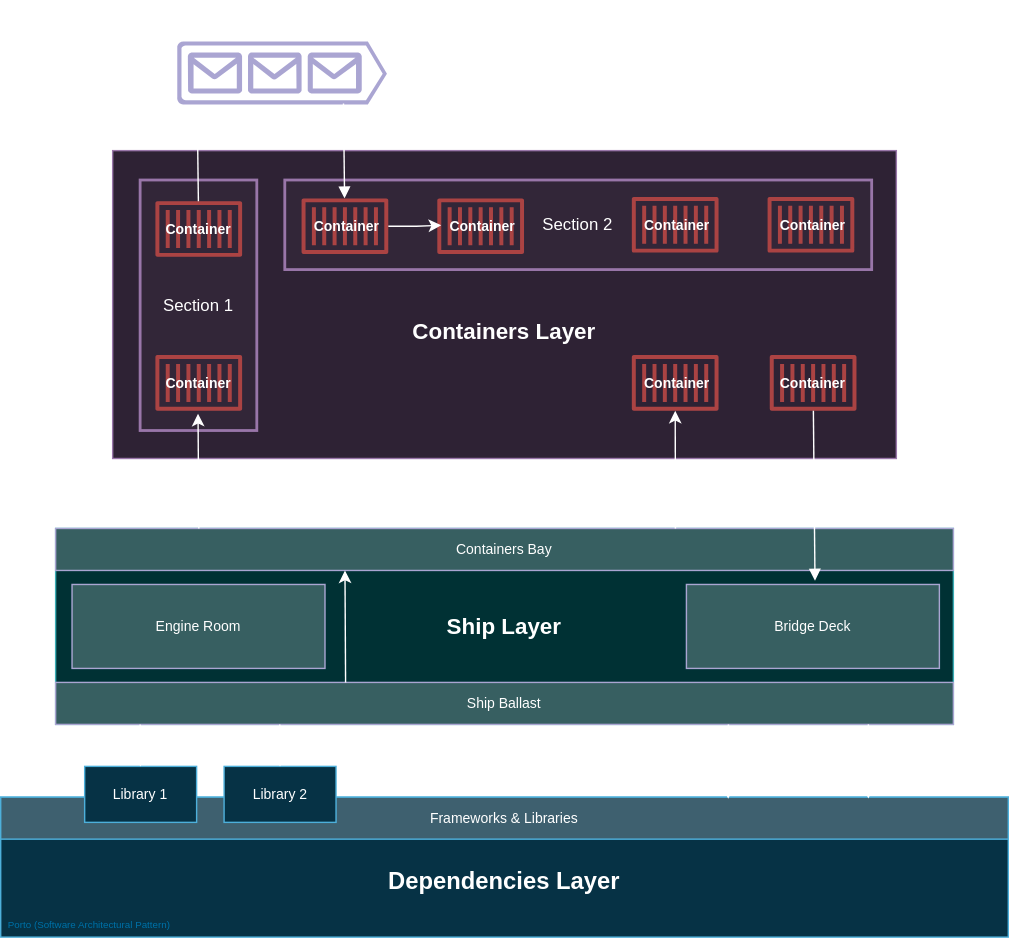
Mahmoudz/Porto keeps this draw.io diagram as img/diagrams/porto_layers.svg. Above is the earlier version. Source tidied: cells renumbered, new cells last; positions are measured from the earlier drawing's top-left corner, leaving out a move shared by most shapes.
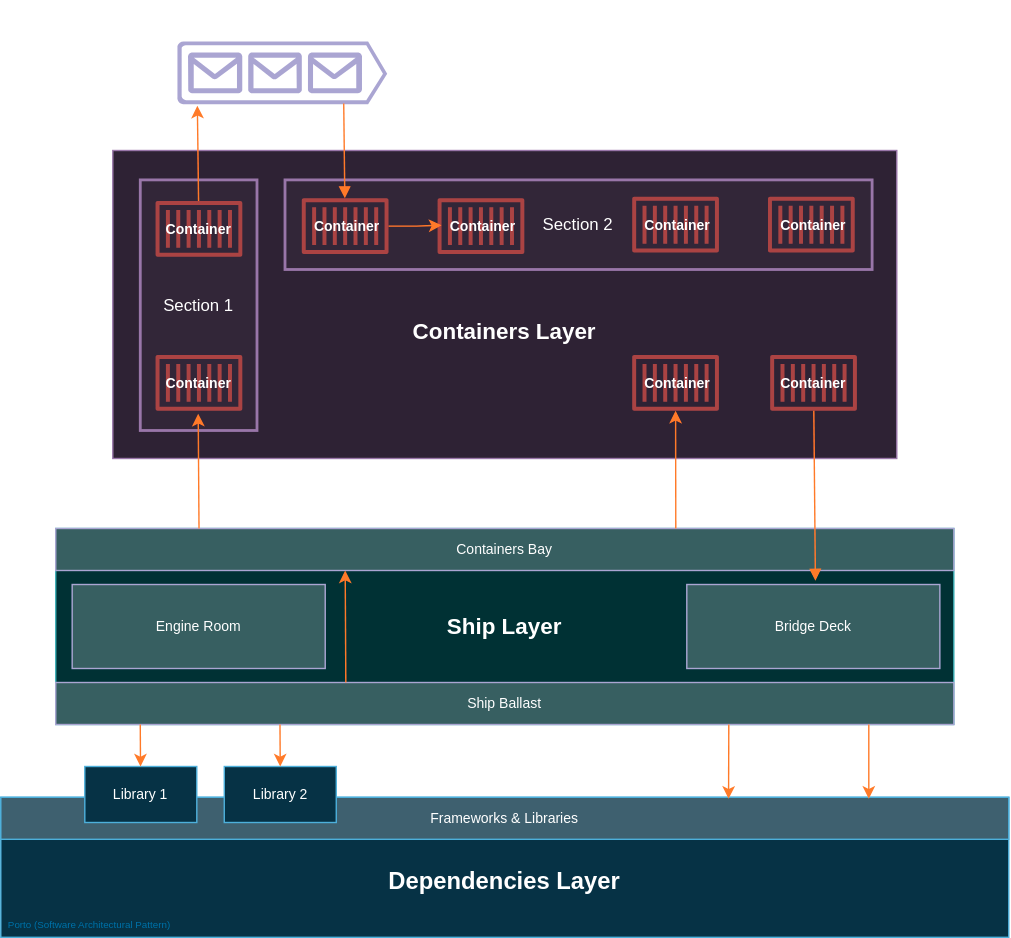
The same file after the commit.

Diff of the diagram source:
```diff
@@ -23,7 +23,7 @@
     <mxCell id="8" value="&lt;span style=&quot;&quot;&gt;&lt;font style=&quot;font-size: 10px;&quot;&gt;Containers Bay&lt;/font&gt;&lt;/span&gt;" style="rounded=0;whiteSpace=wrap;html=1;fillColor=#89B1B3;strokeColor=#56517e;fontColor=default;" parent="1" vertex="1">
       <mxGeometry x="39.2" y="377" width="641.5" height="30" as="geometry" />
     </mxCell>
-    <mxCell id="9" style="endArrow=classic;html=1;rounded=0;fontColor=default;" parent="1" edge="1">
+    <mxCell id="9" style="endArrow=classic;html=1;rounded=0;fontColor=default;strokeColor=#e65200;" parent="1" edge="1">
       <mxGeometry relative="1" as="geometry">
         <mxPoint x="141.6" y="377" as="sourcePoint" />
         <mxPoint x="141" y="295" as="targetPoint" />
@@ -35,12 +35,12 @@
     <mxCell id="11" style="sketch=0;outlineConnect=0;fillColor=#F89090;dashed=0;verticalLabelPosition=bottom;verticalAlign=top;align=center;html=1;fontSize=12;fontStyle=1;shape=mxgraph.aws4.container_1;strokeColor=#b85450;fontColor=default;" parent="1" vertex="1">
       <mxGeometry x="451" y="253" width="61.9" height="40" as="geometry" />
     </mxCell>
-    <mxCell id="12" style="endArrow=classic;html=1;rounded=0;fontColor=default;" parent="1" edge="1" target="11">
+    <mxCell id="12" style="endArrow=classic;html=1;rounded=0;fontColor=default;strokeColor=#e65200;" parent="1" edge="1" target="11">
       <mxGeometry relative="1" as="geometry">
         <mxPoint x="482.1" y="377" as="sourcePoint" />
       </mxGeometry>
     </mxCell>
-    <mxCell id="13" style="endArrow=none;html=1;rounded=0;startArrow=block;startFill=1;endFill=0;exitX=0.547;exitY=-0.045;exitDx=0;exitDy=0;exitPerimeter=0;fontColor=default;" parent="1" edge="1" target="10">
+    <mxCell id="13" style="endArrow=none;html=1;rounded=0;startArrow=block;startFill=1;endFill=0;exitX=0.547;exitY=-0.045;exitDx=0;exitDy=0;exitPerimeter=0;fontColor=default;strokeColor=#e65200;" parent="1" edge="1" target="10">
       <mxGeometry relative="1" as="geometry">
         <mxPoint x="581.9" y="414.3" as="sourcePoint" />
       </mxGeometry>
@@ -54,19 +54,19 @@
     <mxCell id="16" value="&lt;font&gt;&lt;font style=&quot;font-size: 10px;&quot;&gt;Library 2&lt;/font&gt;&lt;br&gt;&lt;/font&gt;" style="rounded=0;whiteSpace=wrap;html=1;fillColor=#b1ddf0;strokeColor=#10739e;fontColor=default;" parent="1" vertex="1">
       <mxGeometry x="159.6" y="547" width="80" height="40" as="geometry" />
     </mxCell>
-    <mxCell id="17" style="endArrow=classic;html=1;rounded=0;fontColor=default;" parent="1" edge="1">
+    <mxCell id="17" style="endArrow=classic;html=1;rounded=0;fontColor=default;strokeColor=#e65200;" parent="1" edge="1">
       <mxGeometry relative="1" as="geometry">
         <mxPoint x="99.6" y="517" as="sourcePoint" />
         <mxPoint x="99.8" y="547" as="targetPoint" />
       </mxGeometry>
     </mxCell>
-    <mxCell id="18" style="endArrow=classic;html=1;rounded=0;fontColor=default;" parent="1" edge="1">
+    <mxCell id="18" style="endArrow=classic;html=1;rounded=0;fontColor=default;strokeColor=#e65200;" parent="1" edge="1">
       <mxGeometry relative="1" as="geometry">
         <mxPoint x="199.4" y="517" as="sourcePoint" />
         <mxPoint x="199.6" y="547" as="targetPoint" />
       </mxGeometry>
     </mxCell>
-    <mxCell id="19" style="endArrow=classic;html=1;rounded=0;entryX=0.722;entryY=0.036;entryDx=0;entryDy=0;entryPerimeter=0;fontColor=default;" parent="1" edge="1" target="6">
+    <mxCell id="19" style="endArrow=classic;html=1;rounded=0;entryX=0.722;entryY=0.036;entryDx=0;entryDy=0;entryPerimeter=0;fontColor=default;strokeColor=#e65200;" parent="1" edge="1" target="6">
       <mxGeometry relative="1" as="geometry">
         <mxPoint x="520" y="517" as="sourcePoint" />
       </mxGeometry>
@@ -74,13 +74,13 @@
     <mxCell id="20" value="&lt;font&gt;&lt;span style=&quot;font-size: 10px;&quot;&gt;Bridge Deck&lt;/span&gt;&lt;/font&gt;" style="rounded=0;whiteSpace=wrap;html=1;fillColor=#89B1B3;strokeColor=#56517e;fontColor=default;" parent="1" vertex="1">
       <mxGeometry x="490" y="417" width="180.8" height="60" as="geometry" />
     </mxCell>
-    <mxCell id="21" style="endArrow=classic;html=1;rounded=0;entryX=0.722;entryY=0.036;entryDx=0;entryDy=0;entryPerimeter=0;fontColor=default;" parent="1" edge="1">
+    <mxCell id="21" style="endArrow=classic;html=1;rounded=0;entryX=0.722;entryY=0.036;entryDx=0;entryDy=0;entryPerimeter=0;fontColor=default;strokeColor=#e65200;" parent="1" edge="1">
       <mxGeometry relative="1" as="geometry">
         <mxPoint x="620" y="517" as="sourcePoint" />
         <mxPoint x="620" y="570" as="targetPoint" />
       </mxGeometry>
     </mxCell>
-    <mxCell id="22" style="endArrow=classic;html=1;rounded=0;fontColor=default;" parent="1" edge="1">
+    <mxCell id="22" style="endArrow=classic;html=1;rounded=0;fontColor=default;strokeColor=#e65200;" parent="1" edge="1">
       <mxGeometry relative="1" as="geometry">
         <mxPoint x="246.5" y="487" as="sourcePoint" />
         <mxPoint x="246" y="407" as="targetPoint" />
@@ -119,7 +119,7 @@
     <mxCell id="33" value="&lt;font style=&quot;font-size: 10px;&quot;&gt;Container&lt;/font&gt;" style="text;html=1;align=center;verticalAlign=middle;points=[];strokeColor=none;fillColor=none;fontStyle=1;fontColor=default;" parent="1" vertex="1">
       <mxGeometry x="313" y="148" width="61" height="26" as="geometry" />
     </mxCell>
-    <mxCell id="34" style="edgeStyle=orthogonalEdgeStyle;rounded=0;jettySize=auto;html=1;entryX=0.029;entryY=0.476;entryDx=0;entryDy=0;entryPerimeter=0;fontStyle=1;fontColor=default;" parent="1" edge="1" source="31" target="33">
+    <mxCell id="34" style="edgeStyle=orthogonalEdgeStyle;rounded=0;jettySize=auto;html=1;entryX=0.029;entryY=0.476;entryDx=0;entryDy=0;entryPerimeter=0;fontStyle=1;fontColor=default;strokeColor=#e65200;" parent="1" edge="1" source="31" target="33">
       <mxGeometry relative="1" as="geometry" />
     </mxCell>
     <mxCell id="35" style="sketch=0;fillColor=#F89090;dashed=0;verticalLabelPosition=bottom;verticalAlign=top;align=center;html=1;fontSize=12;fontStyle=1;shape=mxgraph.aws4.container_1;strokeColor=#b85450;fontColor=default;" parent="1" vertex="1">
@@ -137,10 +137,10 @@
     <mxCell id="39" style="sketch=0;shadow=0;dashed=0;html=1;strokeColor=none;labelPosition=center;verticalLabelPosition=bottom;verticalAlign=top;align=center;fillColor=#56517E;shape=mxgraph.azure.queue_generic;" parent="1" vertex="1">
       <mxGeometry x="126" y="29" width="150" height="45" as="geometry" />
     </mxCell>
-    <mxCell id="40" style="endArrow=classic;html=1;rounded=0;entryX=0.096;entryY=1.022;entryDx=0;entryDy=0;entryPerimeter=0;" parent="1" edge="1" source="25" target="39">
+    <mxCell id="40" style="endArrow=classic;html=1;rounded=0;entryX=0.096;entryY=1.022;entryDx=0;entryDy=0;entryPerimeter=0;strokeColor=#e65200;" parent="1" edge="1" source="25" target="39">
       <mxGeometry relative="1" as="geometry" />
     </mxCell>
-    <mxCell id="41" style="endArrow=none;html=1;rounded=0;entryX=0.793;entryY=0.986;entryDx=0;entryDy=0;entryPerimeter=0;startArrow=block;startFill=1;endFill=0;" parent="1" edge="1" source="30" target="39">
+    <mxCell id="41" style="endArrow=none;html=1;rounded=0;entryX=0.793;entryY=0.986;entryDx=0;entryDy=0;entryPerimeter=0;startArrow=block;startFill=1;endFill=0;strokeColor=#e65200;" parent="1" edge="1" source="30" target="39">
       <mxGeometry relative="1" as="geometry" />
     </mxCell>
     <mxCell id="42" value="Message Broker" style="text;html=1;align=center;verticalAlign=middle;strokeColor=none;fillColor=none;fontStyle=1;" parent="1" vertex="1">
```
